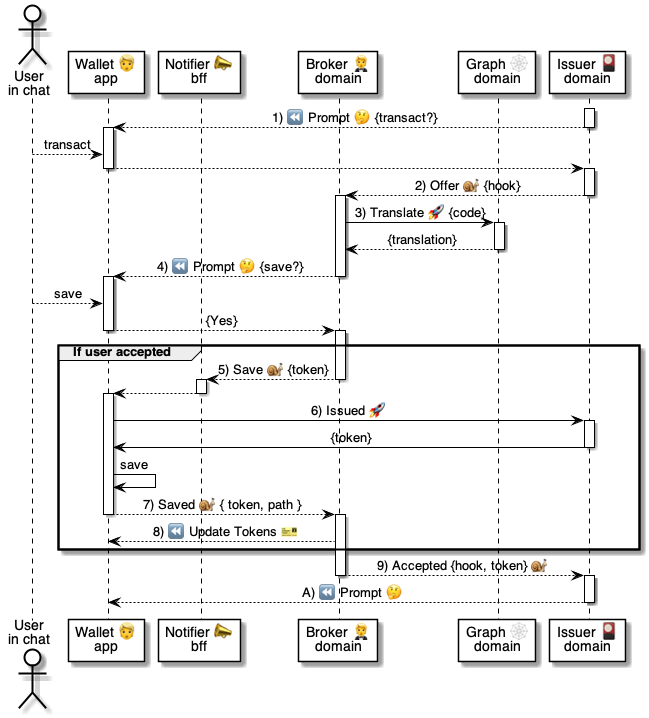
Earlier version of the PlantUML export 4 ⚙️ Solution/20 🧑‍🦰 UI/Wallets 🧑‍🦰/🧑‍🦰💬 Wallet chats/...in Prompts 🤔/Save Token 👉🎴🎫/🧑‍🦰 Save token ⚙️ uml.png (pollyweb-org/pollyweb-docs). Its source is kept beside it as 4 ⚙️ Solution/20 🧑‍🦰 UI/Wallets 🧑‍🦰/🧑‍🦰💬 Wallet chats/...in Prompts 🤔/Save Token 👉🎴🎫/🧑‍🦰 Save token ⚙️ uml.puml.
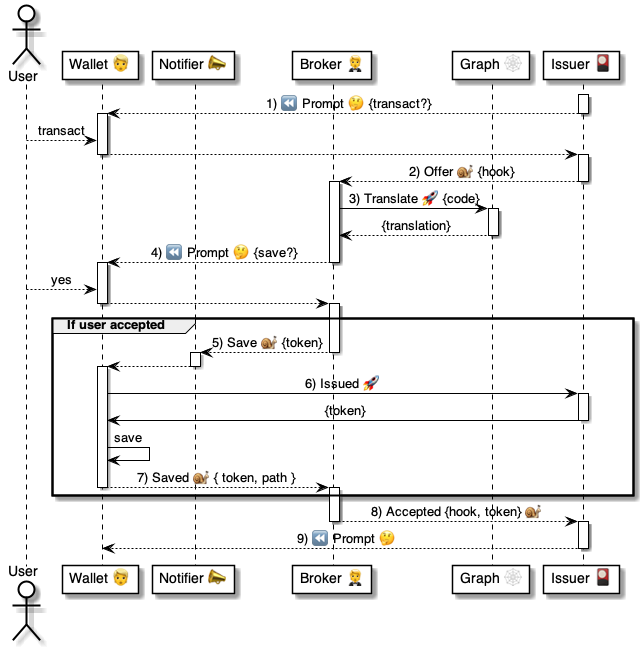
Above is the later version.

Change to the diagram source:
```diff
@@ -1,12 +1,12 @@
 @startuml Accept()
 
 
-actor "User\nin chat" as user
-participant "Wallet 👱\napp" as wallet
-participant "Notifier 📣\nbff" as notifier
-participant "Broker 🤵\ndomain" as broker
-participant "Graph 🕸\ndomain" as graph
-participant "Issuer 🎴\ndomain" as issuer
+actor "User" as user
+participant "Wallet 👱" as wallet
+participant "Notifier 📣" as notifier
+participant "Broker 🤵" as broker
+participant "Graph 🕸" as graph
+participant "Issuer 🎴" as issuer
 
 
 activate issuer
@@ -33,8 +33,8 @@
 deactivate broker
 
 activate wallet
-    user --> wallet: save
-    wallet --> broker: {Yes}
+    user --> wallet: yes
+    wallet --> broker:
 deactivate wallet
 
 group If user accepted
@@ -59,15 +59,13 @@
 deactivate wallet
 
 activate broker
-    broker --> wallet: 8) ⏪ Update Tokens 🎫
-
 end group
 
-    broker --> issuer: 9) Accepted {hook, token} 🐌
+    broker --> issuer: 8) Accepted {hook, token} 🐌
 deactivate broker
 
 activate issuer
-    issuer --> wallet: A) ⏪ Prompt 🤔
+    issuer --> wallet: 9) ⏪ Prompt 🤔
 deactivate issuer
 
 
```
